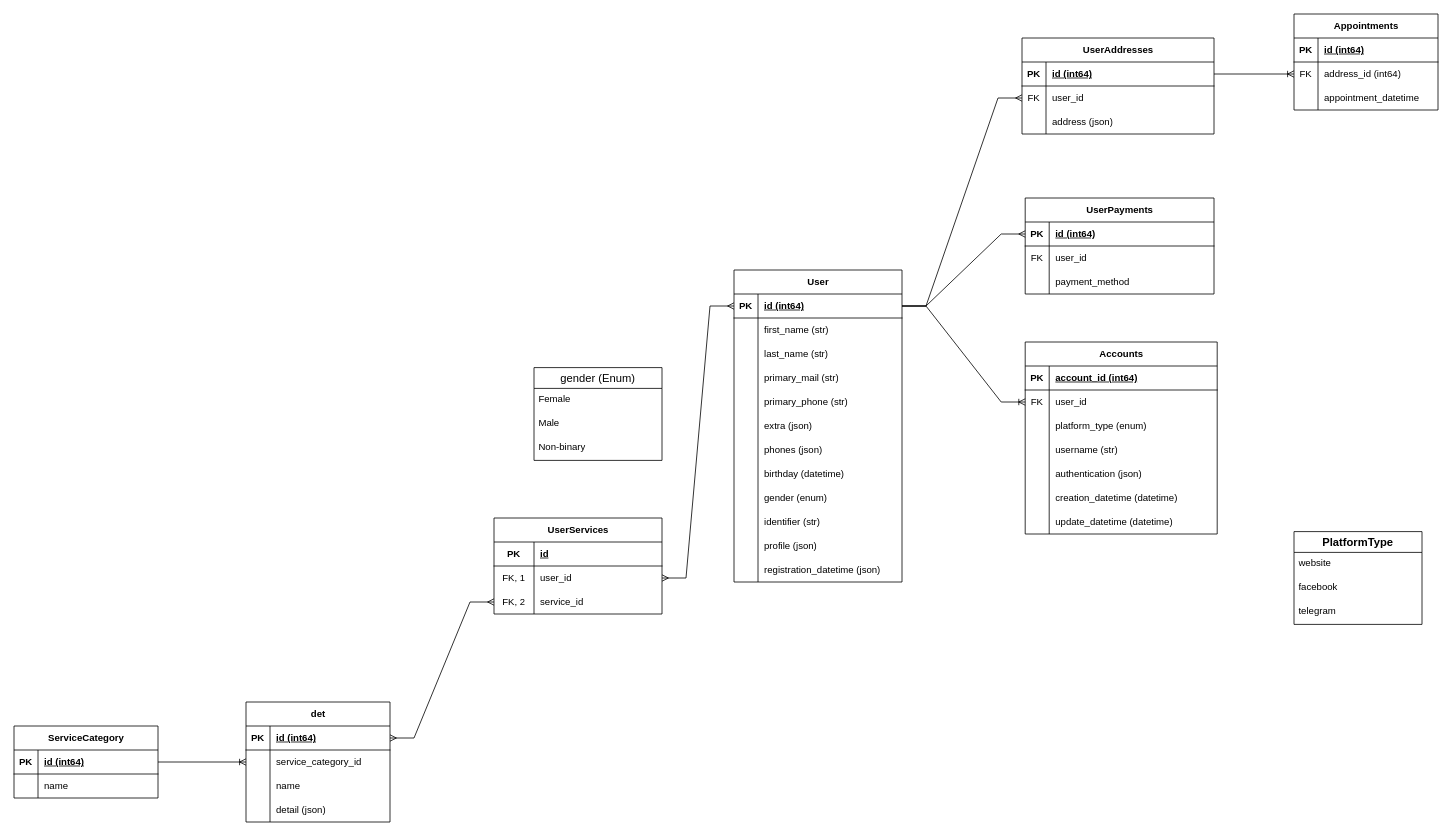
Earlier version of the draw.io diagram page "Database" (2 of 2) of booking-service.drawio (NeuroVortex/expert-booking-marketplace). Source tidied: cells renumbered, new cells numbered last; positions are measured from the earlier drawing's top-left corner, leaving out a move shared by most shapes. Both pictures are drawn from the tidied source at 80%, with x=0, y=0 at pixel (14, 14).
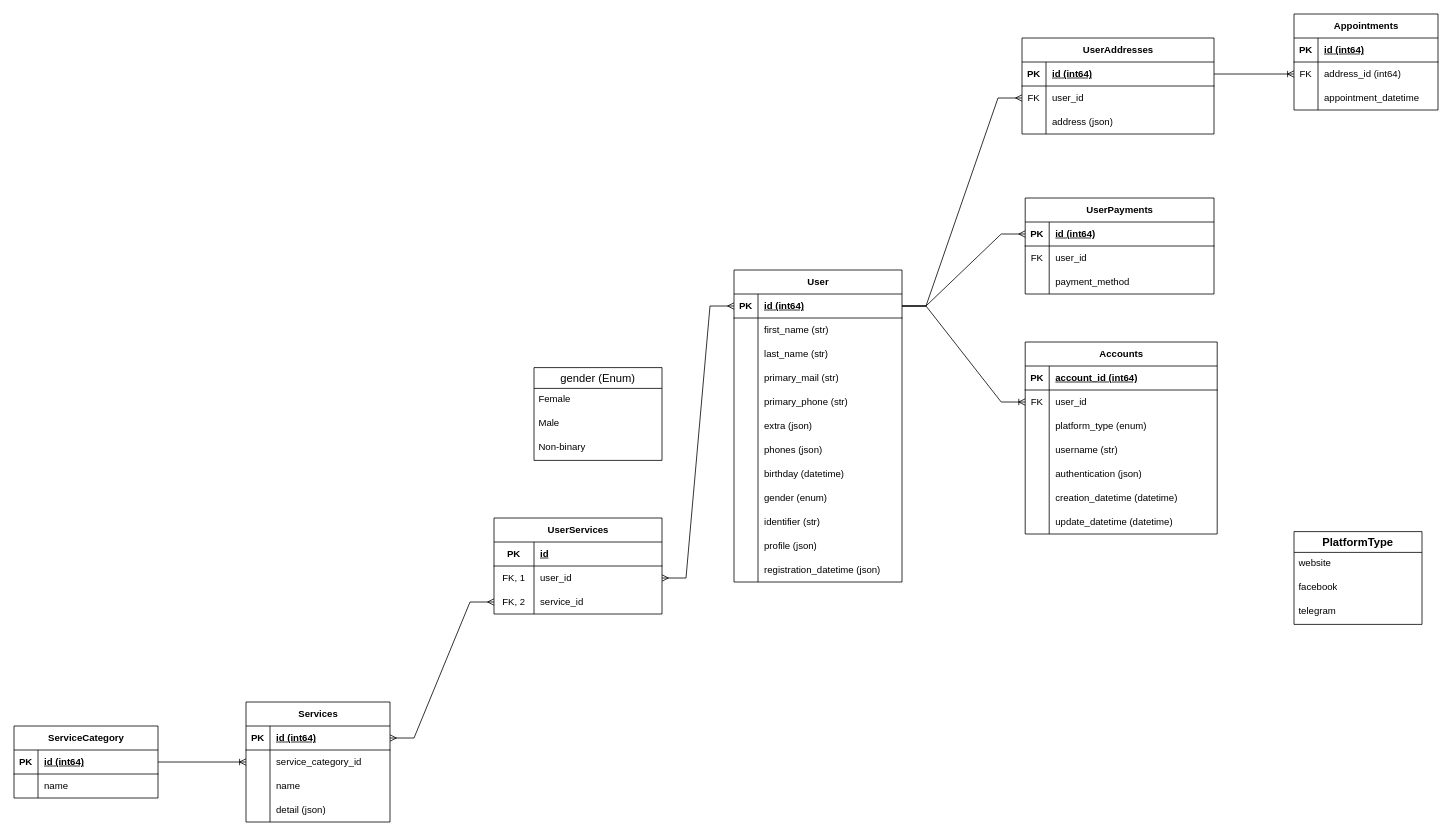
Above is the later version.

What changed in the source:
```diff
@@
-    <mxCell id="49" value="det" style="shape=table;startSize=30;childLayout=tableLayout;rowLines=0;fontStyle=1;align=center;html=1;" parent="1" vertex="1">
+    <mxCell id="49" value="Services" style="shape=table;startSize=30;childLayout=tableLayout;rowLines=0;fontStyle=1;align=center;html=1;" parent="1" vertex="1">
       <mxGeometry x="290" y="860" width="180" height="150" as="geometry" />
     </mxCell>
```
